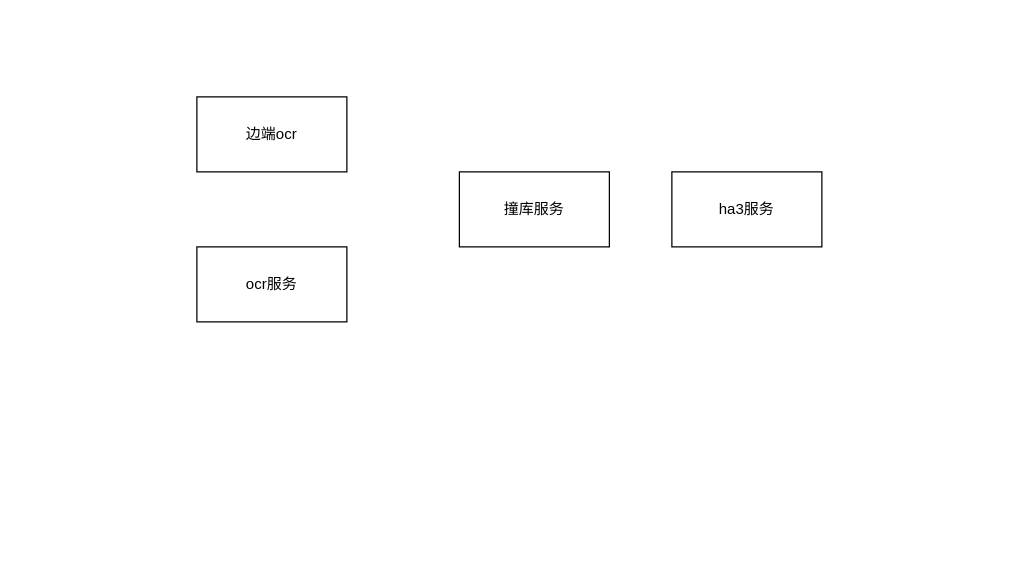
This is ocr.drawio from dutxubo/MyProjects, a draw.io file, before an edit. Source tidied: cells renumbered, new cells numbered last; positions are measured from the earlier drawing's top-left corner, leaving out a move shared by most shapes. Both pictures are drawn from the tidied source at 125%, with x=0, y=0 at pixel (196, 96).
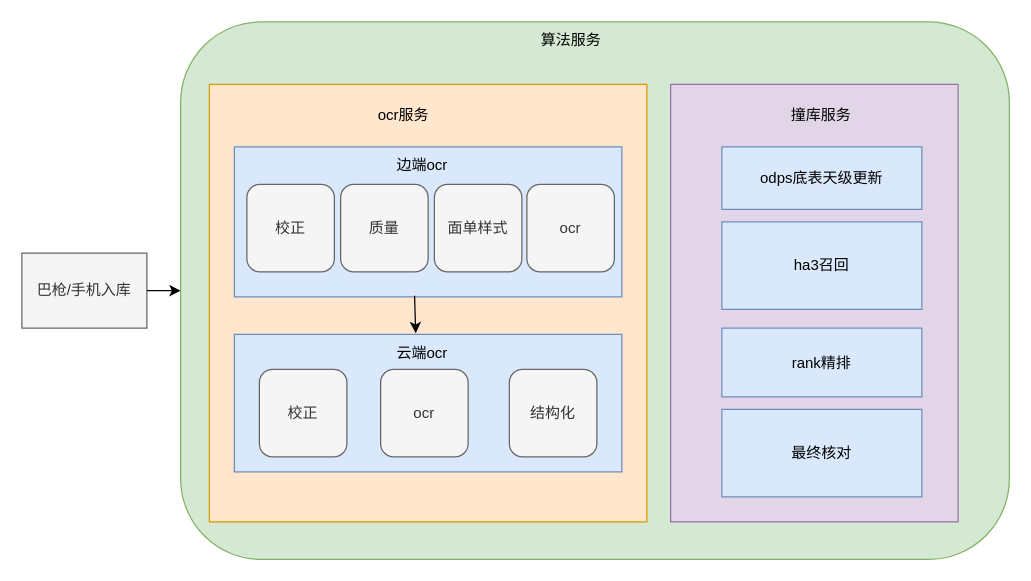
Above is the later version.

The edit, as a diff of the source:
```diff
@@
+    <mxCell id="6" style="rounded=1;whiteSpace=wrap;html=1;fillColor=#d5e8d4;strokeColor=#82b366;" parent="1" vertex="1">
+      <mxGeometry x="-13" y="-60" width="663" height="430" as="geometry" />
+    </mxCell>
+    <mxCell id="3" style="rounded=0;whiteSpace=wrap;html=1;fillColor=#e1d5e7;strokeColor=#9673a6;" parent="1" vertex="1">
+      <mxGeometry x="379" y="-10" width="230" height="350" as="geometry" />
+    </mxCell>
+    <mxCell id="7" style="whiteSpace=wrap;html=1;fillColor=#ffe6cc;strokeColor=#d79b00;" parent="1" vertex="1">
+      <mxGeometry x="10" y="-10" width="350" height="350" as="geometry" />
+    </mxCell>
-    <mxCell id="2" value="ocr服务" style="rounded=0;whiteSpace=wrap;html=1;" parent="1" vertex="1">
-      <mxGeometry y="120" width="120" height="60" as="geometry" />
+    <mxCell id="2" style="rounded=0;whiteSpace=wrap;html=1;fillColor=#dae8fc;strokeColor=#6c8ebf;" parent="1" vertex="1">
+      <mxGeometry x="30" y="190" width="310" height="110" as="geometry" />
     </mxCell>
-    <mxCell id="3" value="撞库服务" style="rounded=0;whiteSpace=wrap;html=1;" parent="1" vertex="1">
-      <mxGeometry x="210" y="60" width="120" height="60" as="geometry" />
-    </mxCell>
-    <mxCell id="4" value="ha3服务" style="rounded=0;whiteSpace=wrap;html=1;" parent="1" vertex="1">
-      <mxGeometry x="380" y="60" width="120" height="60" as="geometry" />
+    <mxCell id="4" value="ha3召回" style="rounded=0;whiteSpace=wrap;html=1;fillColor=#dae8fc;strokeColor=#6c8ebf;" parent="1" vertex="1">
+      <mxGeometry x="420" y="100" width="160" height="70" as="geometry" />
     </mxCell>
-    <mxCell id="5" value="边端ocr" style="rounded=0;whiteSpace=wrap;html=1;" parent="1" vertex="1">
-      <mxGeometry width="120" height="60" as="geometry" />
+    <mxCell id="5" style="rounded=0;whiteSpace=wrap;html=1;fillColor=#dae8fc;strokeColor=#6c8ebf;" parent="1" vertex="1">
+      <mxGeometry x="30" y="40" width="310" height="120" as="geometry" />
     </mxCell>
+    <mxCell id="8" value="巴枪/手机入库" style="rounded=0;whiteSpace=wrap;html=1;fillColor=#f5f5f5;fontColor=#333333;strokeColor=#666666;" parent="1" vertex="1">
+      <mxGeometry x="-140" y="125" width="100" height="60" as="geometry" />
+    </mxCell>
+    <mxCell id="9" value="边端ocr" style="text;html=1;align=center;verticalAlign=middle;strokeColor=none;fillColor=none;" parent="1" vertex="1">
+      <mxGeometry x="150" y="40" width="60" height="30" as="geometry" />
+    </mxCell>
+    <mxCell id="10" value="云端ocr" style="text;html=1;align=center;verticalAlign=middle;strokeColor=none;fillColor=none;" parent="1" vertex="1">
+      <mxGeometry x="150" y="190" width="60" height="30" as="geometry" />
+    </mxCell>
+    <mxCell id="11" value="校正" style="rounded=1;whiteSpace=wrap;html=1;fillColor=#f5f5f5;fontColor=#333333;strokeColor=#666666;" parent="1" vertex="1">
+      <mxGeometry x="40" y="70" width="70" height="70" as="geometry" />
+    </mxCell>
+    <mxCell id="12" value="质量" style="rounded=1;whiteSpace=wrap;html=1;fillColor=#f5f5f5;fontColor=#333333;strokeColor=#666666;" parent="1" vertex="1">
+      <mxGeometry x="115" y="70" width="70" height="70" as="geometry" />
+    </mxCell>
+    <mxCell id="13" value="面单样式" style="rounded=1;whiteSpace=wrap;html=1;fillColor=#f5f5f5;fontColor=#333333;strokeColor=#666666;" parent="1" vertex="1">
+      <mxGeometry x="190" y="70" width="70" height="70" as="geometry" />
+    </mxCell>
+    <mxCell id="14" value="ocr" style="rounded=1;whiteSpace=wrap;html=1;fillColor=#f5f5f5;fontColor=#333333;strokeColor=#666666;" parent="1" vertex="1">
+      <mxGeometry x="264" y="70" width="70" height="70" as="geometry" />
+    </mxCell>
+    <mxCell id="15" value="校正" style="rounded=1;whiteSpace=wrap;html=1;fillColor=#f5f5f5;fontColor=#333333;strokeColor=#666666;" parent="1" vertex="1">
+      <mxGeometry x="50" y="218" width="70" height="70" as="geometry" />
+    </mxCell>
+    <mxCell id="16" value="ocr" style="rounded=1;whiteSpace=wrap;html=1;fillColor=#f5f5f5;fontColor=#333333;strokeColor=#666666;" parent="1" vertex="1">
+      <mxGeometry x="147" y="218" width="70" height="70" as="geometry" />
+    </mxCell>
+    <mxCell id="17" value="结构化" style="rounded=1;whiteSpace=wrap;html=1;fillColor=#f5f5f5;fontColor=#333333;strokeColor=#666666;" parent="1" vertex="1">
+      <mxGeometry x="250" y="218" width="70" height="70" as="geometry" />
+    </mxCell>
+    <mxCell id="18" value="odps底表天级更新" style="rounded=0;whiteSpace=wrap;html=1;fillColor=#dae8fc;strokeColor=#6c8ebf;" parent="1" vertex="1">
+      <mxGeometry x="420" y="40" width="160" height="50" as="geometry" />
+    </mxCell>
+    <mxCell id="19" value="rank精排" style="rounded=0;whiteSpace=wrap;html=1;fillColor=#dae8fc;strokeColor=#6c8ebf;" parent="1" vertex="1">
+      <mxGeometry x="420" y="185" width="160" height="55" as="geometry" />
+    </mxCell>
+    <mxCell id="20" value="最终核对" style="rounded=0;whiteSpace=wrap;html=1;fillColor=#dae8fc;strokeColor=#6c8ebf;" parent="1" vertex="1">
+      <mxGeometry x="420" y="250" width="160" height="70" as="geometry" />
+    </mxCell>
+    <mxCell id="21" style="endArrow=classic;html=1;rounded=0;exitX=1;exitY=0.5;exitDx=0;exitDy=0;entryX=0;entryY=0.5;entryDx=0;entryDy=0;" parent="1" edge="1" source="8" target="6">
+      <mxGeometry relative="1" as="geometry" />
+    </mxCell>
+    <mxCell id="22" value="ocr服务" style="text;html=1;align=center;verticalAlign=middle;" parent="1" vertex="1">
+      <mxGeometry x="135" width="60" height="30" as="geometry" />
+    </mxCell>
+    <mxCell id="23" value="算法服务" style="text;html=1;align=center;verticalAlign=middle;strokeColor=none;fillColor=none;" parent="1" vertex="1">
+      <mxGeometry x="264" y="-60" width="70" height="30" as="geometry" />
+    </mxCell>
+    <mxCell id="24" style="endArrow=classic;html=1;rounded=0;exitX=0.465;exitY=0.992;exitDx=0;exitDy=0;exitPerimeter=0;entryX=0.468;entryY=-0.009;entryDx=0;entryDy=0;entryPerimeter=0;" parent="1" edge="1" source="5" target="2">
+      <mxGeometry relative="1" as="geometry" />
+    </mxCell>
+    <mxCell id="25" value="撞库服务" style="text;html=1;align=center;verticalAlign=middle;" parent="1" vertex="1">
+      <mxGeometry x="464" width="70" height="30" as="geometry" />
+    </mxCell>
```
